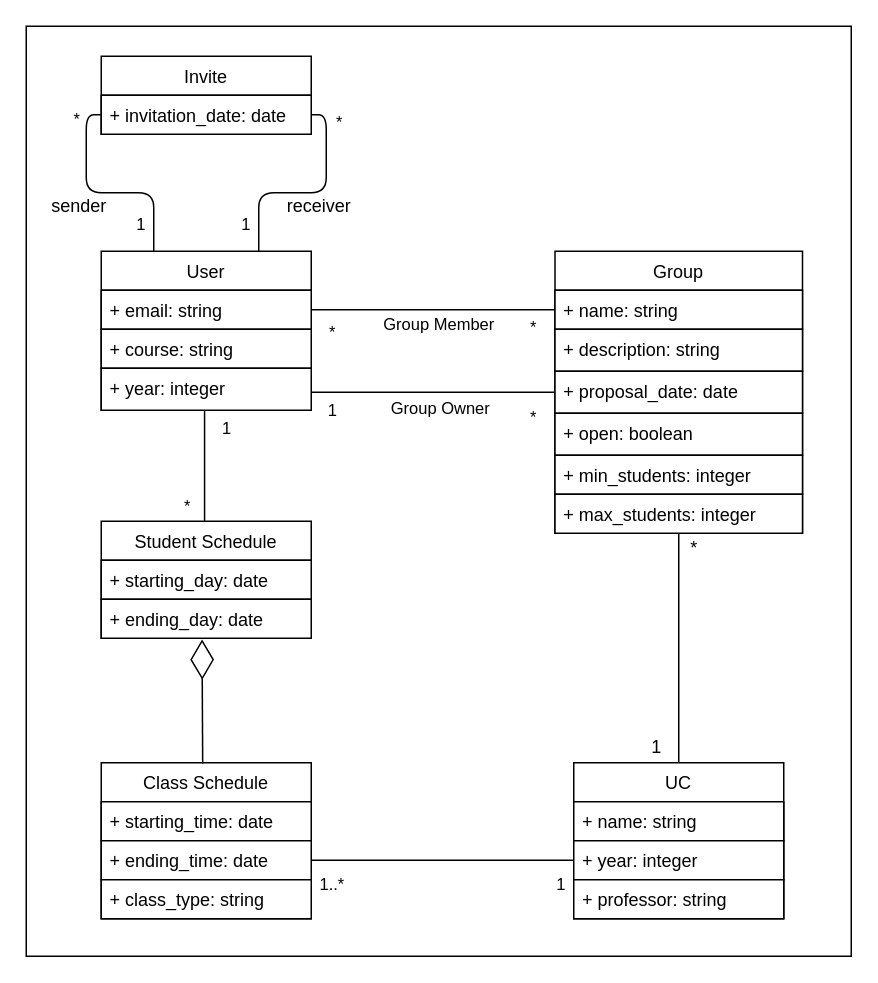
The draw.io diagram images/DomainModel.drawio in tomasnr13/FEUP-ESOF, before the edit. Source tidied: cells renumbered, new cells numbered last; positions are measured from the earlier drawing's top-left corner, leaving out a move shared by most shapes. Both pictures are drawn from the tidied source at 150%, with x=0, y=0 at pixel (26, 26).
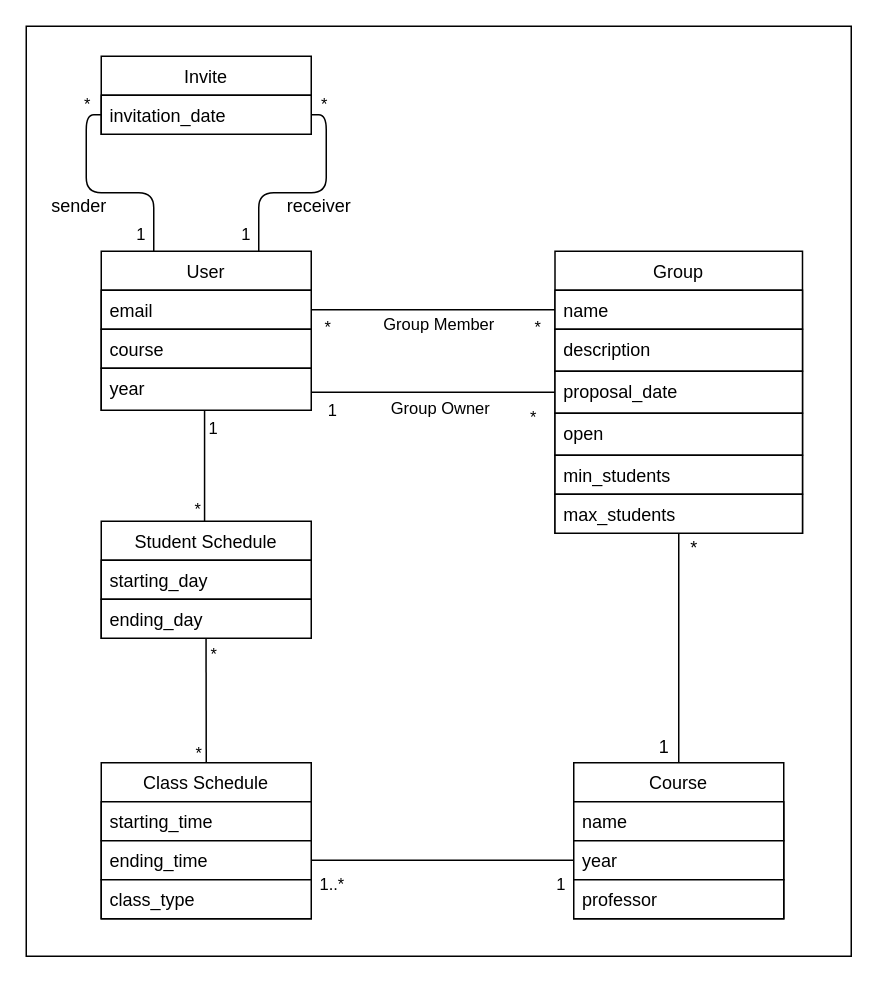
Above is the later version.

Commit message (it also covers changes not shown here):
Updated Domain Model

The change refers to these unchanged cells:
```xml
<mxCell id="3" value="User" style="swimlane;fontStyle=0;horizontal=1;startSize=26;fillColor=#ffffff;labelBackgroundColor=none;strokeColor=default;" parent="1" vertex="1">
  <mxGeometry x="50" y="150" width="140" height="106" as="geometry" />
</mxCell>
<mxCell id="7" value="Group" style="swimlane;fontStyle=0;horizontal=1;startSize=26;fillColor=#ffffff;labelBackgroundColor=none;" parent="1" vertex="1">
  <mxGeometry x="352.5" y="150" width="165" height="188" as="geometry" />
</mxCell>
<mxCell id="18" value="Class Schedule" style="swimlane;fontStyle=0;horizontal=1;startSize=26;fillColor=#ffffff;labelBackgroundColor=none;" parent="1" vertex="1">
  <mxGeometry x="50" y="491" width="140" height="104" as="geometry" />
</mxCell>
<mxCell id="22" value="Student Schedule" style="swimlane;fontStyle=0;horizontal=1;startSize=26;fillColor=#ffffff;labelBackgroundColor=none;" parent="1" vertex="1">
  <mxGeometry x="50" y="330" width="140" height="78" as="geometry" />
</mxCell>
<mxCell id="25" value="Invite" style="swimlane;fontStyle=0;horizontal=1;startSize=26;fillColor=default;labelBackgroundColor=none;swimlaneLine=1;shadow=0;strokeColor=default;" parent="1" vertex="1">
  <mxGeometry x="50" y="20" width="140" height="52" as="geometry" />
</mxCell>
<mxCell id="34" style="endArrow=none;html=1;edgeStyle=orthogonalEdgeStyle;entryX=0.25;entryY=0;entryDx=0;entryDy=0;exitX=0;exitY=0.5;exitDx=0;exitDy=0;labelBackgroundColor=none;" parent="1" edge="1" source="26" target="3">
  <mxGeometry relative="1" as="geometry" />
</mxCell>
<mxCell id="38" style="endArrow=none;html=1;edgeStyle=orthogonalEdgeStyle;entryX=0.75;entryY=0;entryDx=0;entryDy=0;exitX=1;exitY=0.5;exitDx=0;exitDy=0;labelBackgroundColor=none;" parent="1" edge="1" source="26" target="3">
  <mxGeometry relative="1" as="geometry" />
</mxCell>
<mxCell id="41" style="edgeStyle=none;html=1;strokeColor=default;endArrow=none;endFill=0;labelBackgroundColor=none;exitX=1;exitY=0.5;exitDx=0;exitDy=0;entryX=0;entryY=0.5;entryDx=0;entryDy=0;" parent="1" edge="1" source="4" target="8">
  <mxGeometry relative="1" as="geometry" />
</mxCell>
<mxCell id="45" style="endArrow=none;html=1;edgeStyle=orthogonalEdgeStyle;exitX=0.492;exitY=1.01;exitDx=0;exitDy=0;exitPerimeter=0;labelBackgroundColor=none;" parent="1" edge="1" source="6" target="22">
  <mxGeometry relative="1" as="geometry">
    <Array as="points">
      <mxPoint x="120" y="330" />
      <mxPoint x="120" y="330" />
    </Array>
  </mxGeometry>
</mxCell>
```

The edit, as a diff of the source:
```diff
@@
-    <mxCell id="4" value="+ email: string" style="text;strokeColor=default;fillColor=#FFFFFF;align=left;verticalAlign=top;spacingLeft=4;spacingRight=4;overflow=hidden;points=[[0,0.5],[1,0.5]];portConstraint=eastwest;labelBackgroundColor=none;" parent="3" vertex="1">
+    <mxCell id="4" value="email" style="text;strokeColor=default;fillColor=#FFFFFF;align=left;verticalAlign=top;spacingLeft=4;spacingRight=4;overflow=hidden;points=[[0,0.5],[1,0.5]];portConstraint=eastwest;labelBackgroundColor=none;" parent="3" vertex="1">
       <mxGeometry y="26" width="140" height="26" as="geometry" />
     </mxCell>
-    <mxCell id="5" value="+ course: string" style="text;strokeColor=default;fillColor=#FFFFFF;align=left;verticalAlign=top;spacingLeft=4;spacingRight=4;overflow=hidden;labelBackgroundColor=none;" parent="3" vertex="1">
+    <mxCell id="5" value="course" style="text;strokeColor=default;fillColor=#FFFFFF;align=left;verticalAlign=top;spacingLeft=4;spacingRight=4;overflow=hidden;labelBackgroundColor=none;" parent="3" vertex="1">
       <mxGeometry y="52" width="140" height="26" as="geometry" />
     </mxCell>
-    <mxCell id="6" value="+ year: integer&#10;&#10;" style="text;strokeColor=default;fillColor=#FFFFFF;align=left;verticalAlign=top;spacingLeft=4;spacingRight=4;overflow=hidden;points=[[0,0.5],[1,0.5]];portConstraint=eastwest;labelBackgroundColor=none;" parent="3" vertex="1">
+    <mxCell id="6" value="year" style="text;strokeColor=default;fillColor=#FFFFFF;align=left;verticalAlign=top;spacingLeft=4;spacingRight=4;overflow=hidden;points=[[0,0.5],[1,0.5]];portConstraint=eastwest;labelBackgroundColor=none;" parent="3" vertex="1">
       <mxGeometry y="78" width="140" height="28" as="geometry" />
     </mxCell>
@@
-    <mxCell id="8" value="+ name: string" style="text;strokeColor=default;fillColor=#FFFFFF;align=left;verticalAlign=top;spacingLeft=4;spacingRight=4;overflow=hidden;points=[[0,0.5],[1,0.5]];portConstraint=eastwest;labelBackgroundColor=none;" parent="7" vertex="1">
+    <mxCell id="8" value="name" style="text;strokeColor=default;fillColor=#FFFFFF;align=left;verticalAlign=top;spacingLeft=4;spacingRight=4;overflow=hidden;points=[[0,0.5],[1,0.5]];portConstraint=eastwest;labelBackgroundColor=none;" parent="7" vertex="1">
       <mxGeometry y="26" width="165" height="26" as="geometry" />
     </mxCell>
-    <mxCell id="9" value="+ description: string&#10;" style="text;strokeColor=default;fillColor=#FFFFFF;align=left;verticalAlign=top;spacingLeft=4;spacingRight=4;overflow=hidden;labelBackgroundColor=none;" parent="7" vertex="1">
+    <mxCell id="9" value="description" style="text;strokeColor=default;fillColor=#FFFFFF;align=left;verticalAlign=top;spacingLeft=4;spacingRight=4;overflow=hidden;labelBackgroundColor=none;" parent="7" vertex="1">
       <mxGeometry y="52" width="165" height="28" as="geometry" />
     </mxCell>
-    <mxCell id="10" value="+ proposal_date: date&#10;" style="text;strokeColor=default;fillColor=#FFFFFF;align=left;verticalAlign=top;spacingLeft=4;spacingRight=4;overflow=hidden;labelBackgroundColor=none;" parent="7" vertex="1">
+    <mxCell id="10" value="proposal_date" style="text;strokeColor=default;fillColor=#FFFFFF;align=left;verticalAlign=top;spacingLeft=4;spacingRight=4;overflow=hidden;labelBackgroundColor=none;" parent="7" vertex="1">
       <mxGeometry y="80" width="165" height="28" as="geometry" />
     </mxCell>
-    <mxCell id="11" value="+ open: boolean&#10;" style="text;strokeColor=default;fillColor=#FFFFFF;align=left;verticalAlign=top;spacingLeft=4;spacingRight=4;overflow=hidden;labelBackgroundColor=none;" parent="7" vertex="1">
+    <mxCell id="11" value="open" style="text;strokeColor=default;fillColor=#FFFFFF;align=left;verticalAlign=top;spacingLeft=4;spacingRight=4;overflow=hidden;labelBackgroundColor=none;" parent="7" vertex="1">
       <mxGeometry y="108" width="165" height="28" as="geometry" />
     </mxCell>
-    <mxCell id="12" value="+ min_students: integer" style="text;strokeColor=default;fillColor=#FFFFFF;align=left;verticalAlign=top;spacingLeft=4;spacingRight=4;overflow=hidden;labelBackgroundColor=none;" parent="7" vertex="1">
+    <mxCell id="12" value="min_students" style="text;strokeColor=default;fillColor=#FFFFFF;align=left;verticalAlign=top;spacingLeft=4;spacingRight=4;overflow=hidden;labelBackgroundColor=none;" parent="7" vertex="1">
       <mxGeometry y="136" width="165" height="26" as="geometry" />
     </mxCell>
-    <mxCell id="13" value="+ max_students: integer" style="text;strokeColor=default;fillColor=#FFFFFF;align=left;verticalAlign=top;spacingLeft=4;spacingRight=4;overflow=hidden;labelBackgroundColor=none;" parent="7" vertex="1">
+    <mxCell id="13" value="max_students" style="text;strokeColor=default;fillColor=#FFFFFF;align=left;verticalAlign=top;spacingLeft=4;spacingRight=4;overflow=hidden;labelBackgroundColor=none;" parent="7" vertex="1">
       <mxGeometry y="162" width="165" height="26" as="geometry" />
     </mxCell>
-    <mxCell id="14" value="UC" style="swimlane;fontStyle=0;horizontal=1;startSize=26;fillColor=#ffffff;labelBackgroundColor=none;" parent="1" vertex="1">
+    <mxCell id="14" value="Course" style="swimlane;fontStyle=0;horizontal=1;startSize=26;fillColor=#ffffff;labelBackgroundColor=none;" parent="1" vertex="1">
       <mxGeometry x="365" y="491" width="140" height="104" as="geometry" />
     </mxCell>
-    <mxCell id="15" value="+ name: string" style="text;strokeColor=default;fillColor=#FFFFFF;align=left;verticalAlign=top;spacingLeft=4;spacingRight=4;overflow=hidden;labelBackgroundColor=none;" parent="14" vertex="1">
+    <mxCell id="15" value="name" style="text;strokeColor=default;fillColor=#FFFFFF;align=left;verticalAlign=top;spacingLeft=4;spacingRight=4;overflow=hidden;labelBackgroundColor=none;" parent="14" vertex="1">
       <mxGeometry y="26" width="140" height="26" as="geometry" />
     </mxCell>
-    <mxCell id="16" value="+ year: integer" style="text;strokeColor=default;fillColor=#FFFFFF;align=left;verticalAlign=top;spacingLeft=4;spacingRight=4;overflow=hidden;points=[[0,0.5],[1,0.5]];portConstraint=eastwest;labelBackgroundColor=none;" parent="14" vertex="1">
+    <mxCell id="16" value="year" style="text;strokeColor=default;fillColor=#FFFFFF;align=left;verticalAlign=top;spacingLeft=4;spacingRight=4;overflow=hidden;points=[[0,0.5],[1,0.5]];portConstraint=eastwest;labelBackgroundColor=none;" parent="14" vertex="1">
       <mxGeometry y="52" width="140" height="26" as="geometry" />
     </mxCell>
-    <mxCell id="17" value="+ professor: string" style="text;strokeColor=default;fillColor=#FFFFFF;align=left;verticalAlign=top;spacingLeft=4;spacingRight=4;overflow=hidden;labelBackgroundColor=none;" parent="14" vertex="1">
+    <mxCell id="17" value="professor" style="text;strokeColor=default;fillColor=#FFFFFF;align=left;verticalAlign=top;spacingLeft=4;spacingRight=4;overflow=hidden;labelBackgroundColor=none;" parent="14" vertex="1">
       <mxGeometry y="78" width="140" height="26" as="geometry" />
     </mxCell>
@@
-    <mxCell id="19" value="+ starting_time: date" style="text;strokeColor=default;fillColor=#FFFFFF;align=left;verticalAlign=top;spacingLeft=4;spacingRight=4;overflow=hidden;labelBackgroundColor=none;" parent="18" vertex="1">
+    <mxCell id="19" value="starting_time" style="text;strokeColor=default;fillColor=#FFFFFF;align=left;verticalAlign=top;spacingLeft=4;spacingRight=4;overflow=hidden;labelBackgroundColor=none;" parent="18" vertex="1">
       <mxGeometry y="26" width="140" height="26" as="geometry" />
     </mxCell>
-    <mxCell id="20" value="+ ending_time: date" style="text;strokeColor=default;fillColor=#FFFFFF;align=left;verticalAlign=top;spacingLeft=4;spacingRight=4;overflow=hidden;points=[[0,0.5],[1,0.5]];portConstraint=eastwest;labelBackgroundColor=none;" parent="18" vertex="1">
+    <mxCell id="20" value="ending_time" style="text;strokeColor=default;fillColor=#FFFFFF;align=left;verticalAlign=top;spacingLeft=4;spacingRight=4;overflow=hidden;points=[[0,0.5],[1,0.5]];portConstraint=eastwest;labelBackgroundColor=none;" parent="18" vertex="1">
       <mxGeometry y="52" width="140" height="26" as="geometry" />
     </mxCell>
-    <mxCell id="21" value="+ class_type: string" style="text;strokeColor=default;fillColor=#FFFFFF;align=left;verticalAlign=top;spacingLeft=4;spacingRight=4;overflow=hidden;labelBackgroundColor=none;" parent="18" vertex="1">
+    <mxCell id="21" value="class_type" style="text;strokeColor=default;fillColor=#FFFFFF;align=left;verticalAlign=top;spacingLeft=4;spacingRight=4;overflow=hidden;labelBackgroundColor=none;" parent="18" vertex="1">
       <mxGeometry y="78" width="140" height="26" as="geometry" />
     </mxCell>
@@
-    <mxCell id="23" value="+ starting_day: date" style="text;strokeColor=default;fillColor=#FFFFFF;align=left;verticalAlign=top;spacingLeft=4;spacingRight=4;overflow=hidden;labelBackgroundColor=none;" parent="22" vertex="1">
+    <mxCell id="23" value="starting_day" style="text;strokeColor=default;fillColor=#FFFFFF;align=left;verticalAlign=top;spacingLeft=4;spacingRight=4;overflow=hidden;labelBackgroundColor=none;" parent="22" vertex="1">
       <mxGeometry y="26" width="140" height="26" as="geometry" />
     </mxCell>
-    <mxCell id="24" value="+ ending_day: date" style="text;strokeColor=default;fillColor=#FFFFFF;align=left;verticalAlign=top;spacingLeft=4;spacingRight=4;overflow=hidden;points=[[0,0.5],[1,0.5]];portConstraint=eastwest;labelBackgroundColor=none;" parent="22" vertex="1">
+    <mxCell id="24" value="ending_day" style="text;strokeColor=default;fillColor=#FFFFFF;align=left;verticalAlign=top;spacingLeft=4;spacingRight=4;overflow=hidden;points=[[0,0.5],[1,0.5]];portConstraint=eastwest;labelBackgroundColor=none;" parent="22" vertex="1">
       <mxGeometry y="52" width="140" height="26" as="geometry" />
     </mxCell>
@@
-    <mxCell id="26" value="+ invitation_date: date" style="text;strokeColor=default;fillColor=#FFFFFF;align=left;verticalAlign=top;spacingLeft=4;spacingRight=4;overflow=hidden;points=[[0,0.5],[1,0.5]];portConstraint=eastwest;labelBackgroundColor=none;" parent="25" vertex="1">
+    <mxCell id="26" value="invitation_date" style="text;strokeColor=default;fillColor=#FFFFFF;align=left;verticalAlign=top;spacingLeft=4;spacingRight=4;overflow=hidden;points=[[0,0.5],[1,0.5]];portConstraint=eastwest;labelBackgroundColor=none;" parent="25" vertex="1">
       <mxGeometry y="26" width="140" height="26" as="geometry" />
     </mxCell>
@@
     <mxCell id="35" value="*" style="edgeLabel;html=1;align=left;verticalAlign=bottom;labelBackgroundColor=none;" parent="34" vertex="1">
       <mxGeometry x="-1" relative="1" as="geometry">
-        <mxPoint x="-20" y="11" as="offset" />
+        <mxPoint x="-13" y="1" as="offset" />
       </mxGeometry>
     </mxCell>
     <mxCell id="36" value="1" style="edgeLabel;html=1;align=right;verticalAlign=bottom;labelBackgroundColor=none;" parent="34" vertex="1">
       <mxGeometry x="1" relative="1" as="geometry">
-        <mxPoint x="-5" y="-10" as="offset" />
+        <mxPoint x="-5" y="-3" as="offset" />
       </mxGeometry>
     </mxCell>
@@
     <mxCell id="39" value="1" style="edgeLabel;html=1;align=right;verticalAlign=bottom;labelBackgroundColor=none;" parent="38" vertex="1">
       <mxGeometry x="1" relative="1" as="geometry">
-        <mxPoint x="-5" y="-10" as="offset" />
+        <mxPoint x="-5" y="-3" as="offset" />
       </mxGeometry>
     </mxCell>
     <mxCell id="40" value="*" style="edgeLabel;html=1;align=left;verticalAlign=bottom;labelBackgroundColor=none;" parent="1" vertex="1">
-      <mxGeometry x="205" y="72" as="geometry" />
+      <mxGeometry x="195" y="60" as="geometry" />
     </mxCell>
@@
     <mxCell id="43" value="*" style="edgeLabel;html=1;align=center;verticalAlign=middle;labelBackgroundColor=none;" parent="41" vertex="1">
       <mxGeometry x="-0.84" y="4" relative="1" as="geometry">
-        <mxPoint y="18" as="offset" />
+        <mxPoint x="-3" y="15" as="offset" />
       </mxGeometry>
     </mxCell>
     <mxCell id="44" value="*" style="edgeLabel;html=1;align=center;verticalAlign=middle;labelBackgroundColor=none;" parent="41" vertex="1">
       <mxGeometry x="0.81" y="2" relative="1" as="geometry">
-        <mxPoint y="13" as="offset" />
+        <mxPoint x="3" y="13" as="offset" />
       </mxGeometry>
     </mxCell>
@@
     <mxCell id="46" value="1" style="edgeLabel;html=1;align=left;verticalAlign=bottom;labelBackgroundColor=none;" parent="45" vertex="1">
       <mxGeometry x="-1" relative="1" as="geometry">
-        <mxPoint x="10" y="20" as="offset" />
+        <mxPoint x="1" y="20" as="offset" />
       </mxGeometry>
     </mxCell>
     <mxCell id="47" value="*" style="edgeLabel;html=1;align=right;verticalAlign=bottom;labelBackgroundColor=none;" parent="45" vertex="1">
       <mxGeometry x="1" relative="1" as="geometry">
-        <mxPoint x="-9" y="-2" as="offset" />
+        <mxPoint x="-2" as="offset" />
       </mxGeometry>
     </mxCell>
-    <mxCell id="48" style="endArrow=diamondThin;endFill=0;endSize=24;html=1;entryX=0.48;entryY=1.029;entryDx=0;entryDy=0;entryPerimeter=0;exitX=0.483;exitY=0.004;exitDx=0;exitDy=0;exitPerimeter=0;labelBackgroundColor=none;" parent="1" edge="1" source="18" target="24">
+    <mxCell id="48" style="endArrow=none;endFill=0;endSize=24;html=1;exitX=0.5;exitY=0;exitDx=0;exitDy=0;labelBackgroundColor=none;entryX=0.499;entryY=0.998;entryDx=0;entryDy=0;entryPerimeter=0;" parent="1" edge="1" source="18" target="24">
       <mxGeometry relative="1" as="geometry" />
     </mxCell>
@@
     <mxCell id="51" value="1" style="text;html=1;align=center;verticalAlign=middle;strokeColor=none;fillColor=none;fontSize=12;fontFamily=Helvetica;fontColor=default;labelBackgroundColor=none;" parent="1" vertex="1">
-      <mxGeometry x="410" y="471" width="20" height="20" as="geometry" />
+      <mxGeometry x="415" y="471" width="20" height="20" as="geometry" />
     </mxCell>
@@
+    <mxCell id="53" value="*" style="edgeLabel;html=1;align=center;verticalAlign=middle;labelBackgroundColor=none;" parent="1" vertex="1">
+      <mxGeometry x="127" y="415" as="geometry">
+        <mxPoint x="-3" y="3" as="offset" />
+      </mxGeometry>
+    </mxCell>
+    <mxCell id="54" value="*" style="edgeLabel;html=1;align=center;verticalAlign=middle;labelBackgroundColor=none;" parent="1" vertex="1">
+      <mxGeometry x="117" y="481" as="geometry">
+        <mxPoint x="-3" y="3" as="offset" />
+      </mxGeometry>
+    </mxCell>
```
